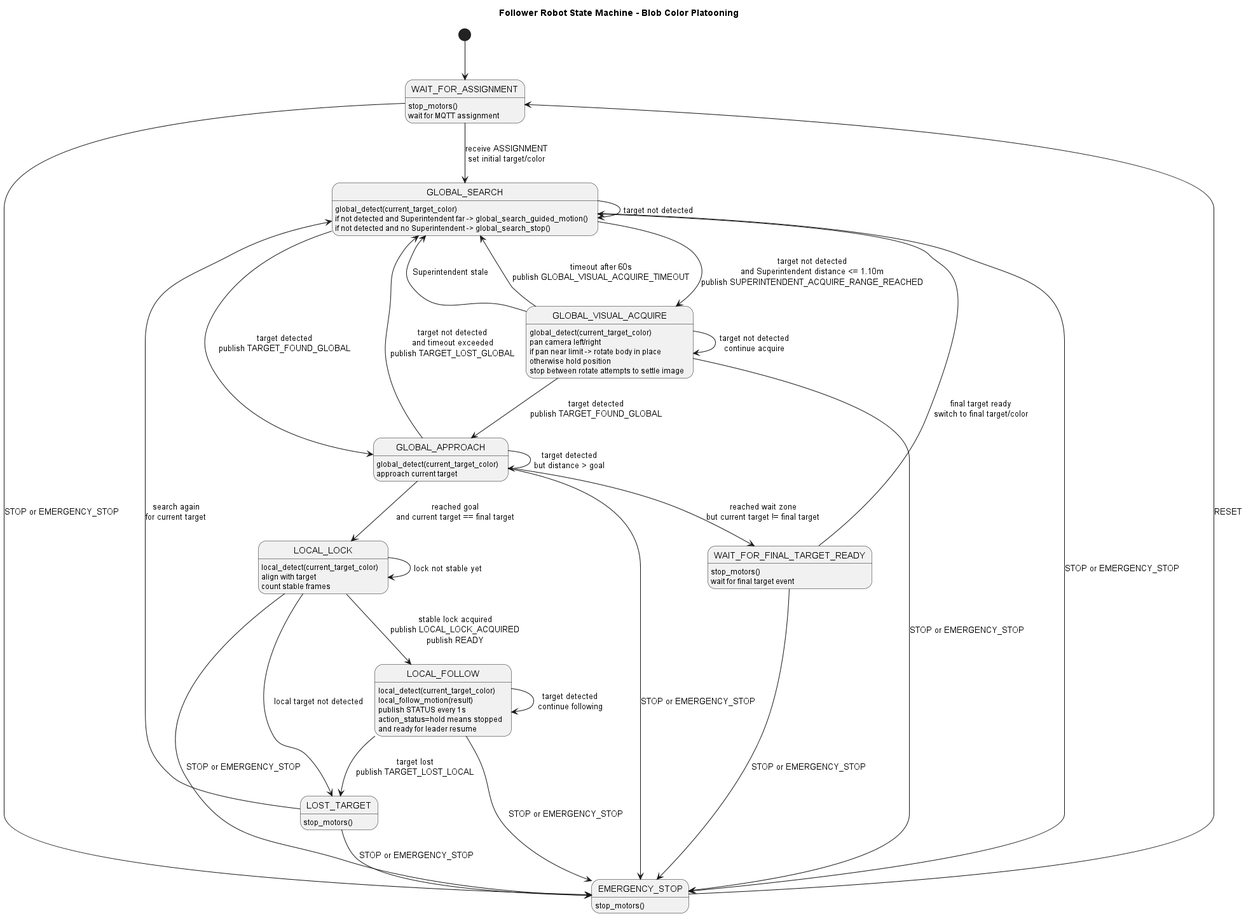
Miguel477713/Platooning-project keeps this PlantUML diagram as follower/plantuml_state_machine.png. Above is the earlier version.
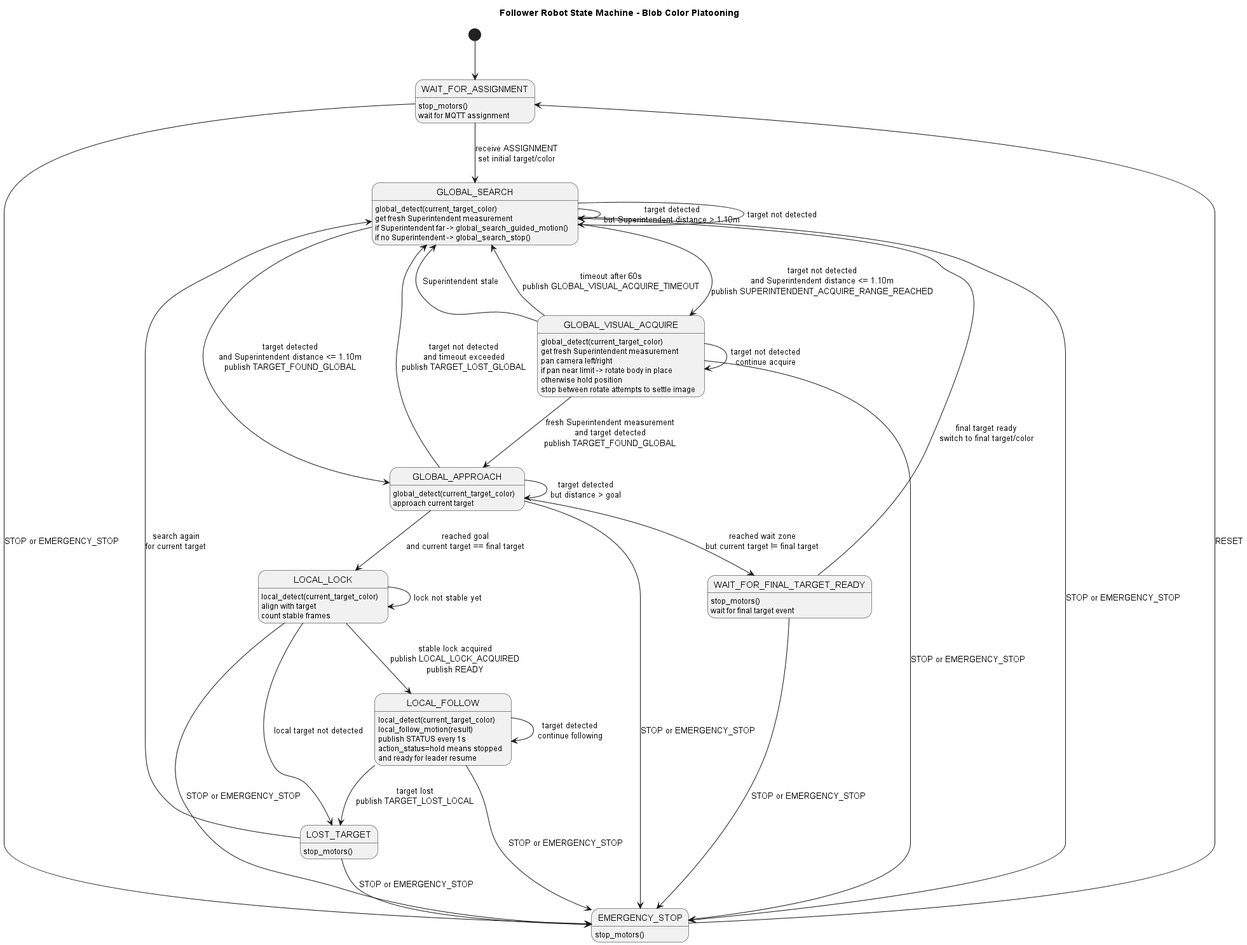
After the commit.

What changed in the source:
```diff
@@ -10,18 +10,21 @@
 WAIT_FOR_ASSIGNMENT --> GLOBAL_SEARCH : receive ASSIGNMENT\nset initial target/color
 
 GLOBAL_SEARCH : global_detect(current_target_color)
-GLOBAL_SEARCH : if not detected and Superintendent far -> global_search_guided_motion()
-GLOBAL_SEARCH : if not detected and no Superintendent -> global_search_stop()
-GLOBAL_SEARCH --> GLOBAL_APPROACH : target detected\npublish TARGET_FOUND_GLOBAL
+GLOBAL_SEARCH : get fresh Superintendent measurement
+GLOBAL_SEARCH : if Superintendent far -> global_search_guided_motion()
+GLOBAL_SEARCH : if no Superintendent -> global_search_stop()
+GLOBAL_SEARCH --> GLOBAL_APPROACH : target detected\nand Superintendent distance <= 1.10m\npublish TARGET_FOUND_GLOBAL
 GLOBAL_SEARCH --> GLOBAL_VISUAL_ACQUIRE : target not detected\nand Superintendent distance <= 1.10m\npublish SUPERINTENDENT_ACQUIRE_RANGE_REACHED
+GLOBAL_SEARCH --> GLOBAL_SEARCH : target detected\nbut Superintendent distance > 1.10m
 GLOBAL_SEARCH --> GLOBAL_SEARCH : target not detected
 
 GLOBAL_VISUAL_ACQUIRE : global_detect(current_target_color)
+GLOBAL_VISUAL_ACQUIRE : get fresh Superintendent measurement
 GLOBAL_VISUAL_ACQUIRE : pan camera left/right
 GLOBAL_VISUAL_ACQUIRE : if pan near limit -> rotate body in place
 GLOBAL_VISUAL_ACQUIRE : otherwise hold position
 GLOBAL_VISUAL_ACQUIRE : stop between rotate attempts to settle image
-GLOBAL_VISUAL_ACQUIRE --> GLOBAL_APPROACH : target detected\npublish TARGET_FOUND_GLOBAL
+GLOBAL_VISUAL_ACQUIRE --> GLOBAL_APPROACH : fresh Superintendent measurement\nand target detected\npublish TARGET_FOUND_GLOBAL
 GLOBAL_VISUAL_ACQUIRE --> GLOBAL_SEARCH : Superintendent stale
 GLOBAL_VISUAL_ACQUIRE --> GLOBAL_SEARCH : timeout after 60s\npublish GLOBAL_VISUAL_ACQUIRE_TIMEOUT
 GLOBAL_VISUAL_ACQUIRE --> GLOBAL_VISUAL_ACQUIRE : target not detected\ncontinue acquire
```
